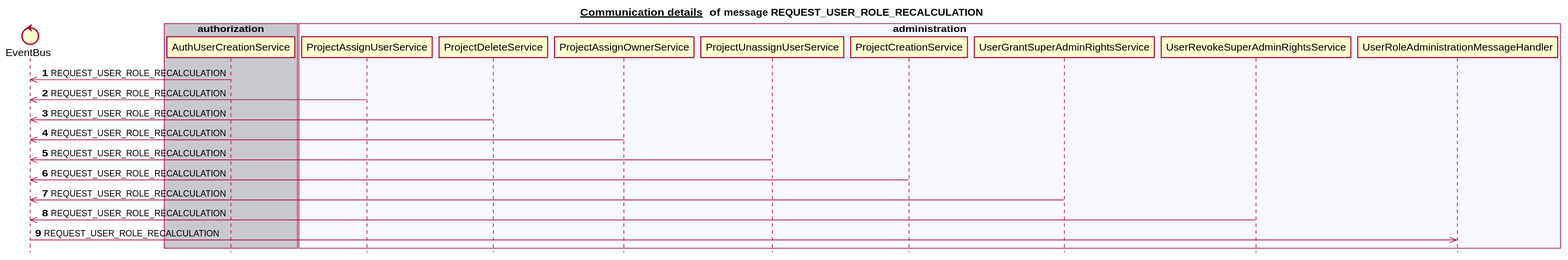
mercedes-benz/sechub keeps this PlantUML diagram as docs/latest/images/gen_domain_messaging_request_user_role_recalculation.svg. Above is the earlier version.
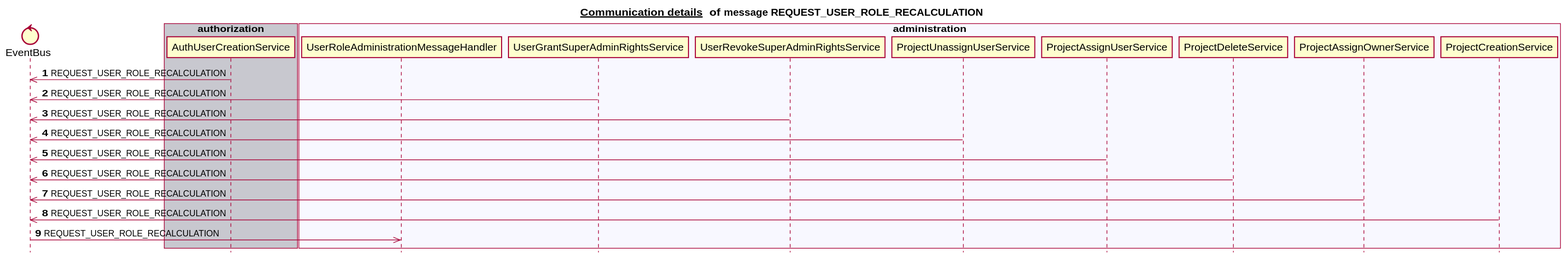
Above is the later version.

Change to the diagram source:
```diff
@@ -14,26 +14,26 @@
    participant AuthUserCreationService
 end box
 box "administration" #F8F8FF
+   participant UserRoleAdministrationMessageHandler
+   participant UserGrantSuperAdminRightsService
+   participant UserRevokeSuperAdminRightsService
+   participant ProjectUnassignUserService
    participant ProjectAssignUserService
    participant ProjectDeleteService
    participant ProjectAssignOwnerService
-   participant ProjectUnassignUserService
    participant ProjectCreationService
-   participant UserGrantSuperAdminRightsService
-   participant UserRevokeSuperAdminRightsService
-   participant UserRoleAdministrationMessageHandler
 end box
 box "notification" #C8C8CF
 end box
 autonumber 1
 AuthUserCreationService ->> EventBus:REQUEST_USER_ROLE_RECALCULATION
+UserGrantSuperAdminRightsService ->> EventBus:REQUEST_USER_ROLE_RECALCULATION
+UserRevokeSuperAdminRightsService ->> EventBus:REQUEST_USER_ROLE_RECALCULATION
+ProjectUnassignUserService ->> EventBus:REQUEST_USER_ROLE_RECALCULATION
 ProjectAssignUserService ->> EventBus:REQUEST_USER_ROLE_RECALCULATION
 ProjectDeleteService ->> EventBus:REQUEST_USER_ROLE_RECALCULATION
 ProjectAssignOwnerService ->> EventBus:REQUEST_USER_ROLE_RECALCULATION
-ProjectUnassignUserService ->> EventBus:REQUEST_USER_ROLE_RECALCULATION
 ProjectCreationService ->> EventBus:REQUEST_USER_ROLE_RECALCULATION
-UserGrantSuperAdminRightsService ->> EventBus:REQUEST_USER_ROLE_RECALCULATION
-UserRevokeSuperAdminRightsService ->> EventBus:REQUEST_USER_ROLE_RECALCULATION
 EventBus ->> UserRoleAdministrationMessageHandler:REQUEST_USER_ROLE_RECALCULATION
 autonumber stop
 
```
